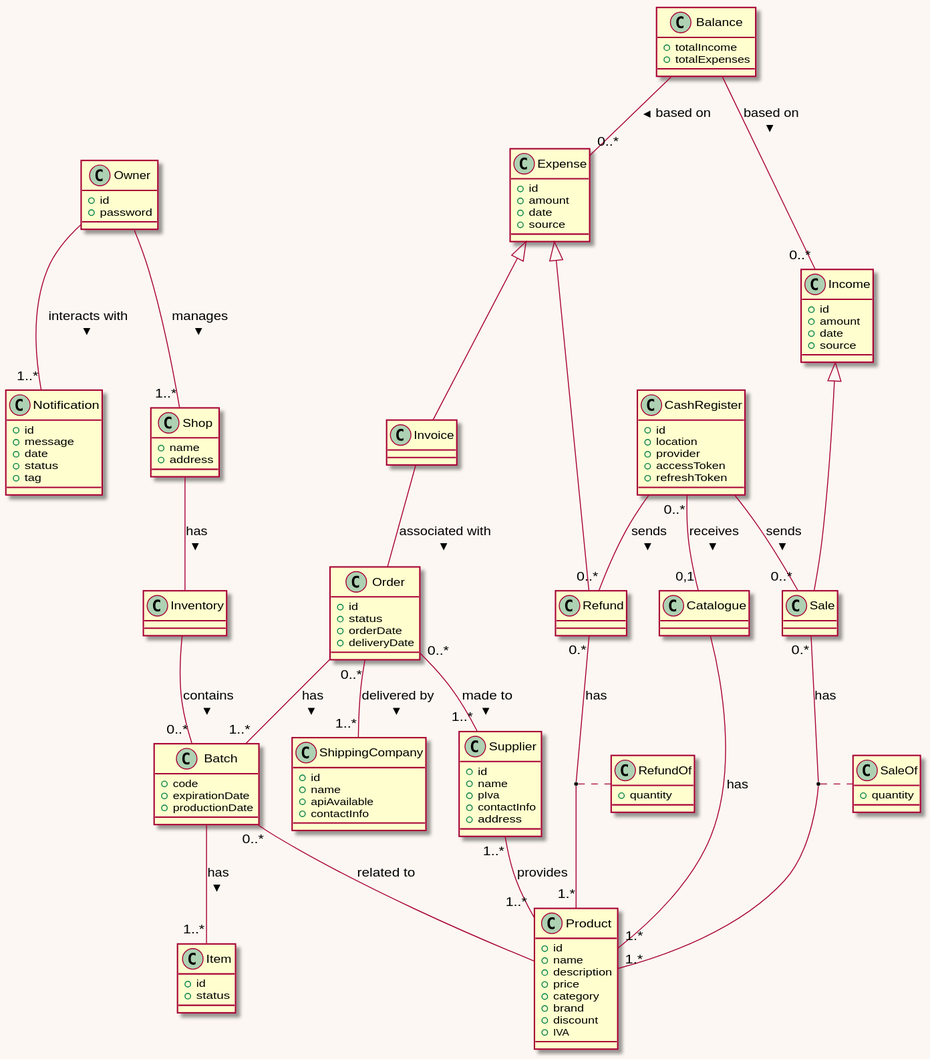
This is res/plantuml/glossaryDiagram.svg from Giuseppeclv008/Project, a PlantUML export, as it was before one commit. Its diagram source:
```plantuml
@startuml glossaryDiagram
!pragma layout smetana
skinparam backgroundColor #fcf7f2

class Shop {
    + name
    + address
}

class Product {
    + id
    + name
    + category
    + brand
    + unit
    + price
    + threshold
    + noStock
    + noBatches
    + tags
    + source
    + discount
    + IVA
}

class Batch {
    + code
    + expirationDate
    + productionDate
}

class Item {
    + id
    + status
}

class Sale {
    + receiptId
    + paymentMethod
}

class Refund {
    + receiptId
    + reason
}

class Catalogue {
    + totalItems
    + itemsInStock
    + batchesInStock
    + stockValue
}

class Inventory {
    + totalProducts
    + totalBatches
    + totalItems
    + totalValue
    + lowStockProductsNmb
}

class Supplier {
    + id
    + name
    + pIva
    + contactInfo
    + address
}

class Invoice {
}

class Order {
    + id
    + status
    + orderDate
    + deliveryDate
}

class Income {
    + id
    + amount
    + date
    + source
    + category
}

class Expense {
    + id
    + amount
    + issueDate
    + payedDate
    + dueDate
    + source
    + category
    + status
}

class Balance {
    + totalIncome
    + totalExpenses
}

class Owner {
    + id
    + password
}

class CashRegister {
    + id
    + name
    + brand
    + accessToken
    + refreshToken
    + status
    + connection
    + linkedDate
    + lastActive
}

class ShippingCompany {
    + id
    + name
    + apiAvailable
    + contactInfo
}

class Notification {
    + id
    + message
    + date
    + status
    + tag
}


Balance  -- "0..*" Expense: > based on
Balance  -- "0..*" Income: > based on

Sale "0.*" -- "1.*" Product : > has
Refund "0.*" -- "1.*" Product: > has
Catalogue  -- "1.*" Product: > has
Batch "0..*" --  Product: > related to
Supplier "1..*" -- "1..*" Product: > provides


(Sale, Product) .. SaleOf
class SaleOf{
    + quantity
}
(Refund, Product) .. RefundOf
class RefundOf{
    + quantity
}

Batch  -- "1..*" Item: > has

Order  -- "1..*" Batch: > has
Order "0..*" -- "1..*" Supplier: > made to
Order "0..*" -- "1..*" ShippingCompany: > delivered by

Invoice --  Order:> associated with

CashRegister  -- "0..*" Refund: > sends
CashRegister  -- "0..*" Sale: > sends
CashRegister "0..*" -- "0,1" Catalogue: > receives

Inventory  -- "0..*" Batch: > contains

Income <|-- Sale
Expense <|-- Refund
Expense <|-- Invoice


Owner  -- "1..*" Shop:> manages
Owner  -- "1..*" Notification:> interacts with

Shop -- Inventory : > has

Refund .r[hidden]. Catalogue
Catalogue .r[hidden]. Sale


@enduml
```
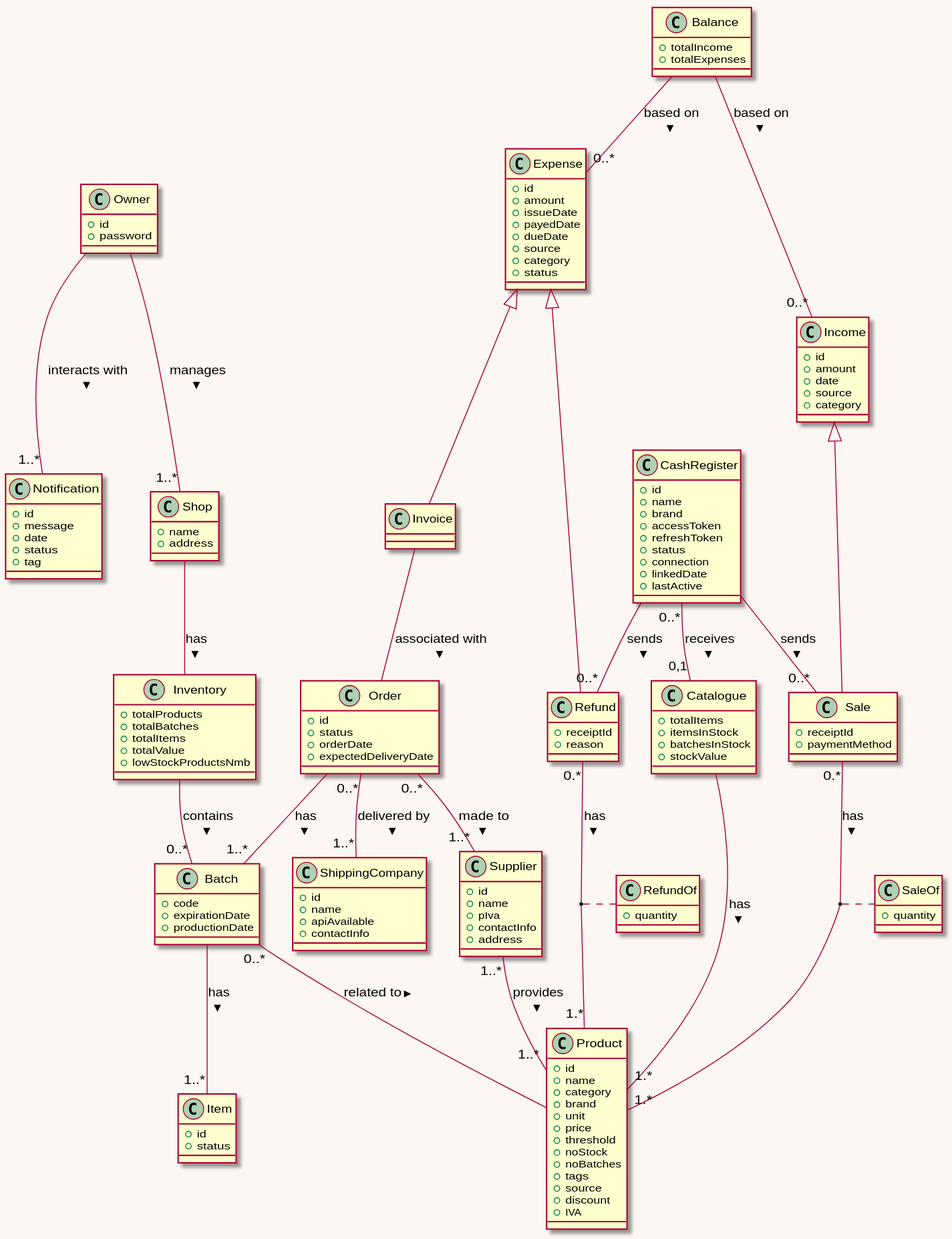
Later version of the same file.

The edit, as a diff of the source:
```diff
@@ -74,7 +74,7 @@
     + id
     + status
     + orderDate
-    + deliveryDate
+    + expectedDeliveryDate
 }
 
 class Income {
```
